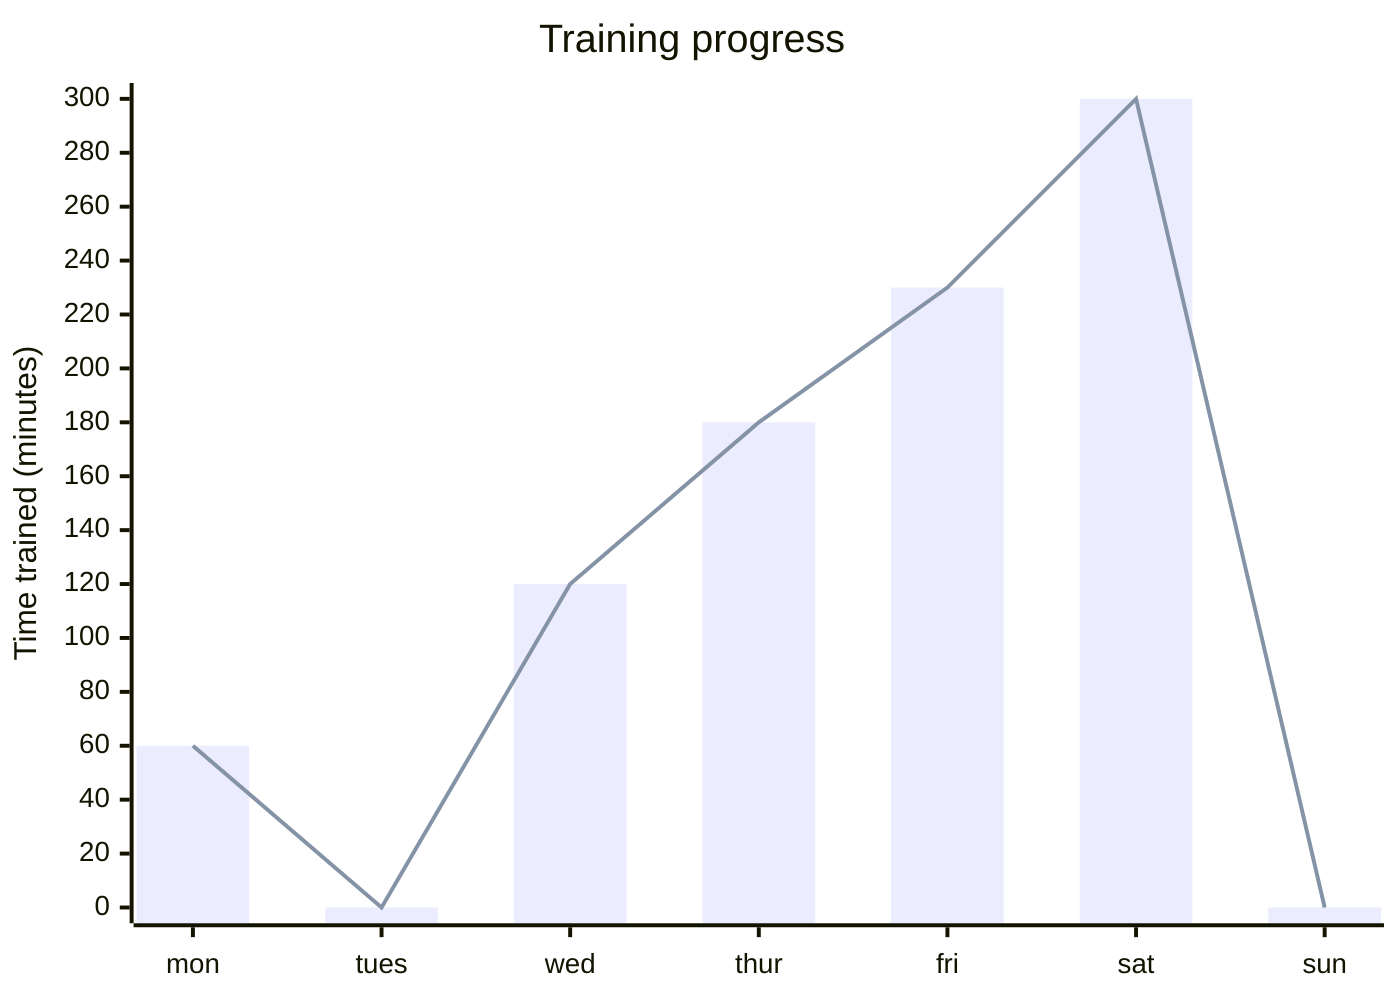
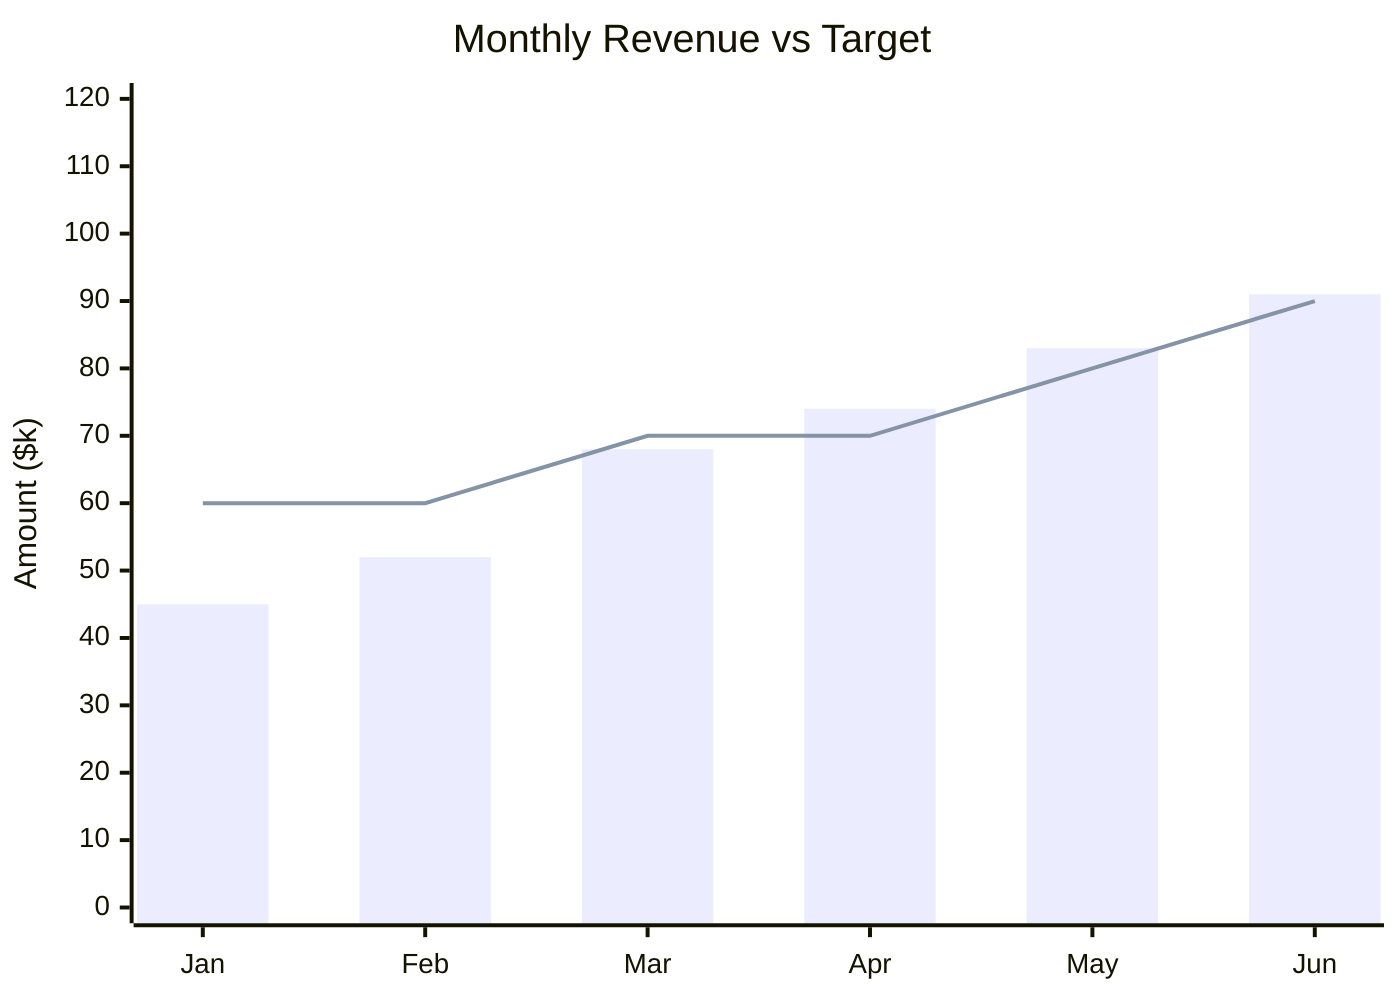
xychart-beta
-   title "Training progress"
-   x-axis [mon, tues, wed, thur, fri, sat, sun]
-   y-axis "Time trained (minutes)" 0 --> 300
-   bar [60, 0, 120, 180, 230, 300, 0]
-   line [60, 0, 120, 180, 230, 300, 0]
+   title "Monthly Revenue vs Target"
+   x-axis ["Jan", "Feb", "Mar", "Apr", "May", "Jun"]
+   y-axis "Amount ($k)" 0 --> 120
+   bar [45, 52, 68, 74, 83, 91]
+   line [60, 60, 70, 70, 80, 90]
